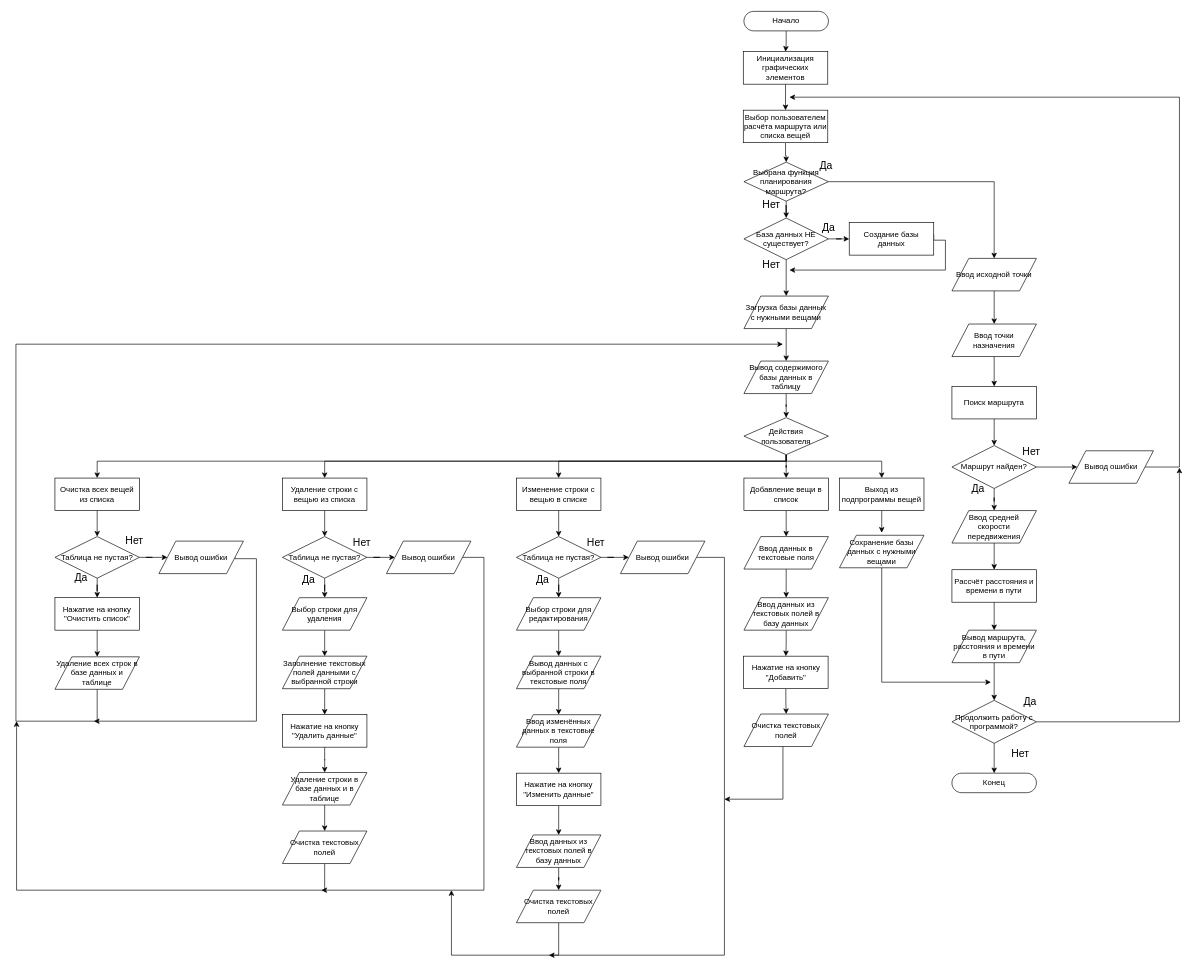
Earlier version of the draw.io diagram diagrams/TravelPlanningAppSusloparov.drawio (suslegger/PracticeTravelPlanningApp). Source tidied: cells renumbered, new cells numbered last; positions are measured from the earlier drawing's top-left corner, leaving out a move shared by most shapes. Both pictures are drawn from the tidied source at 65%, with x=0, y=0 at pixel (16, 11).
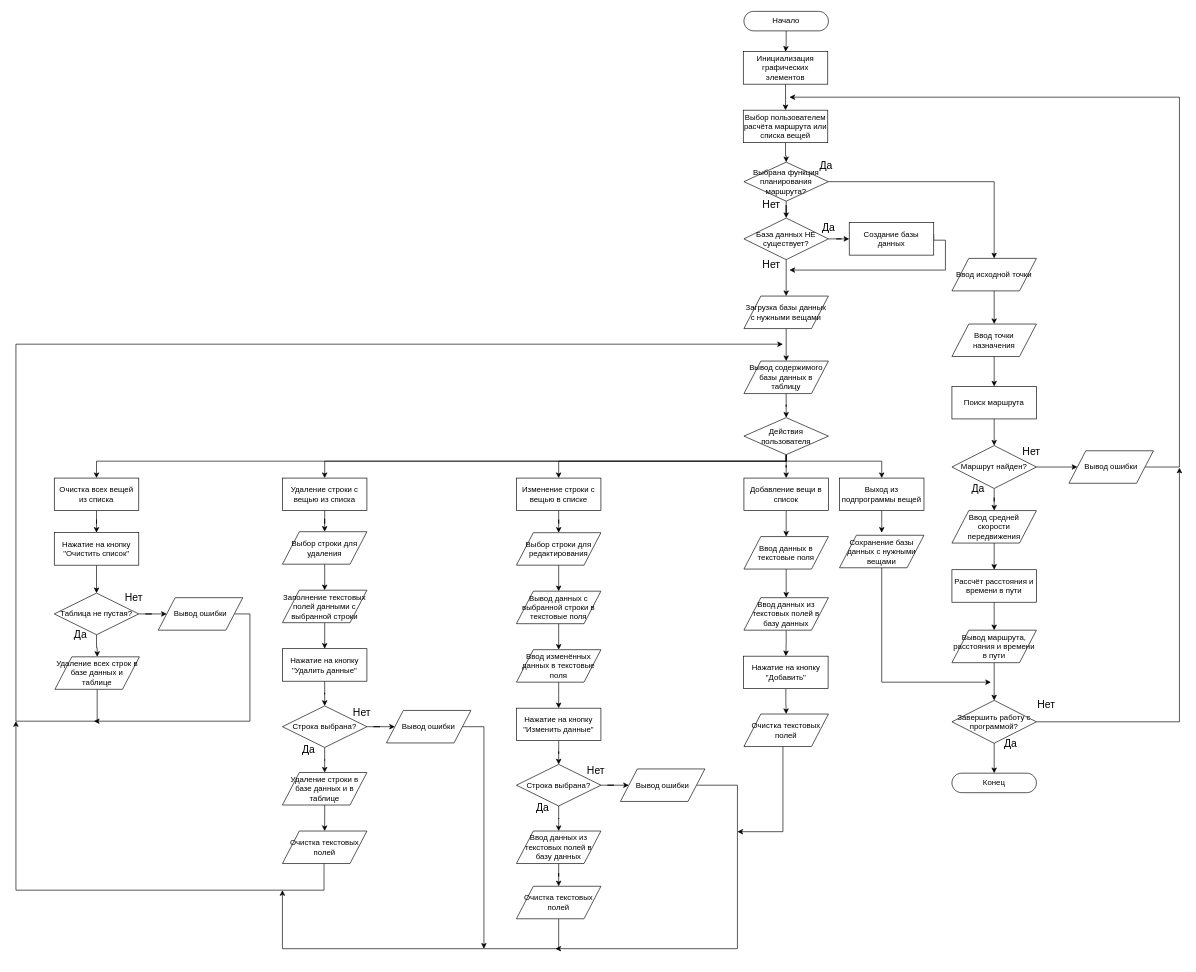
After the change.

The change refers to these unchanged cells:
```xml
<mxCell id="32" value="Действия пользователя" style="shape=rhombus;html=1;dashed=0;whiteSpace=wrap;perimeter=rhombusPerimeter;" parent="1" vertex="1">
  <mxGeometry x="1120" y="625" width="130" height="57" as="geometry" />
</mxCell>
<mxCell id="36" value="Изменение строки с вещью в списке" style="html=1;dashed=0;whiteSpace=wrap;" parent="1" vertex="1">
  <mxGeometry x="770" y="718" width="130" height="50" as="geometry" />
</mxCell>
<mxCell id="62" value="Удаление строки с вещью из списка" style="html=1;dashed=0;whiteSpace=wrap;" parent="1" vertex="1">
  <mxGeometry x="410" y="718" width="130" height="50" as="geometry" />
</mxCell>
<mxCell id="73" value="Удаление строки в базе данных и в таблице" style="shape=parallelogram;perimeter=parallelogramPerimeter;whiteSpace=wrap;html=1;dashed=0;" parent="1" vertex="1">
  <mxGeometry x="410" y="1171" width="130" height="50" as="geometry" />
</mxCell>
<mxCell id="75" value="Очистка текстовых полей" style="shape=parallelogram;perimeter=parallelogramPerimeter;whiteSpace=wrap;html=1;dashed=0;" parent="1" vertex="1">
  <mxGeometry x="410" y="1261" width="130" height="50" as="geometry" />
</mxCell>
<mxCell id="84" value="Удаление всех строк в базе данных и таблице" style="shape=parallelogram;perimeter=parallelogramPerimeter;whiteSpace=wrap;html=1;dashed=0;" parent="1" vertex="1">
  <mxGeometry x="60" y="993" width="130" height="50" as="geometry" />
</mxCell>
<mxCell id="96" value="Очистка текстовых полей" style="shape=parallelogram;perimeter=parallelogramPerimeter;whiteSpace=wrap;html=1;dashed=0;" parent="1" vertex="1">
  <mxGeometry x="1120" y="1081" width="130" height="50" as="geometry" />
</mxCell>
```

The edit, as a diff of the source:
```diff
@@
-    <mxCell id="15" value="Продолжить работу с программой?" style="shape=rhombus;html=1;dashed=0;whiteSpace=wrap;perimeter=rhombusPerimeter;" parent="1" vertex="1">
+    <mxCell id="15" value="Завершить работу с программой?" style="shape=rhombus;html=1;dashed=0;whiteSpace=wrap;perimeter=rhombusPerimeter;" parent="1" vertex="1">
       <mxGeometry x="1440" y="1060" width="130" height="66" as="geometry" />
     </mxCell>
@@
     <mxCell id="31" style="edgeStyle=orthogonalEdgeStyle;rounded=0;jettySize=auto;html=1;entryX=0.5;entryY=0;entryDx=0;entryDy=0;" parent="1" edge="1" source="32" target="77">
       <mxGeometry relative="1" as="geometry">
         <Array as="points">
           <mxPoint x="1185" y="692" />
-          <mxPoint x="125" y="692" />
+          <mxPoint x="124" y="692" />
         </Array>
       </mxGeometry>
     </mxCell>
@@
-    <mxCell id="35" style="edgeStyle=orthogonalEdgeStyle;rounded=0;jettySize=auto;html=1;" parent="1" edge="1" source="36" target="50">
-      <mxGeometry relative="1" as="geometry" />
-    </mxCell>
+    <mxCell id="122" style="edgeStyle=orthogonalEdgeStyle;rounded=0;jettySize=auto;html=1;" parent="1" edge="1" source="36" target="54">
+      <mxGeometry relative="1" as="geometry" />
+    </mxCell>
@@
-    <mxCell id="48" style="edgeStyle=orthogonalEdgeStyle;rounded=0;jettySize=auto;html=1;" parent="1" edge="1" source="50" target="54">
-      <mxGeometry relative="1" as="geometry" />
-    </mxCell>
@@
+    <mxCell id="123" style="edgeStyle=orthogonalEdgeStyle;rounded=0;jettySize=auto;html=1;" parent="1" edge="1" source="50" target="60">
+      <mxGeometry relative="1" as="geometry" />
+    </mxCell>
-    <mxCell id="50" value="Таблица не пустая?" style="shape=rhombus;html=1;dashed=0;whiteSpace=wrap;perimeter=rhombusPerimeter;" parent="1" vertex="1">
-      <mxGeometry x="770" y="808" width="130" height="64" as="geometry" />
+    <mxCell id="50" value="Строка выбрана?" style="shape=rhombus;html=1;dashed=0;whiteSpace=wrap;perimeter=rhombusPerimeter;" parent="1" vertex="1">
+      <mxGeometry x="770" y="1158.5" width="130" height="64" as="geometry" />
     </mxCell>
-    <mxCell id="51" style="edgeStyle=orthogonalEdgeStyle;rounded=0;jettySize=auto;html=1;exitX=1;exitY=0.5;exitDx=0;exitDy=0;" parent="1" edge="1" source="52">
-      <mxGeometry relative="1" as="geometry">
-        <mxPoint x="820" y="1452" as="targetPoint" />
-        <Array as="points">
-          <mxPoint x="1090" y="840" />
-          <mxPoint x="1090" y="1452" />
-        </Array>
-      </mxGeometry>
-    </mxCell>
+    <mxCell id="124" style="edgeStyle=orthogonalEdgeStyle;rounded=0;jettySize=auto;html=1;exitX=1;exitY=0.5;exitDx=0;exitDy=0;" parent="1" edge="1" source="52">
+      <mxGeometry relative="1" as="geometry">
+        <mxPoint x="830" y="1442" as="targetPoint" />
+        <Array as="points">
+          <mxPoint x="1110" y="1191" />
+          <mxPoint x="1110" y="1442" />
+        </Array>
+      </mxGeometry>
+    </mxCell>
     <mxCell id="52" value="Вывод ошибки" style="shape=parallelogram;perimeter=parallelogramPerimeter;whiteSpace=wrap;html=1;dashed=0;" parent="1" vertex="1">
-      <mxGeometry x="930" y="815" width="130" height="50" as="geometry" />
+      <mxGeometry x="930" y="1165.5" width="130" height="50" as="geometry" />
     </mxCell>
@@
     <mxCell id="54" value="Выбор строки для редактирования" style="shape=parallelogram;perimeter=parallelogramPerimeter;whiteSpace=wrap;html=1;dashed=0;" parent="1" vertex="1">
-      <mxGeometry x="770" y="902" width="130" height="50" as="geometry" />
+      <mxGeometry x="770" y="802" width="130" height="50" as="geometry" />
     </mxCell>
@@
     <mxCell id="56" value="Вывод данных с выбранной строки в текстовые поля" style="shape=parallelogram;perimeter=parallelogramPerimeter;whiteSpace=wrap;html=1;dashed=0;" parent="1" vertex="1">
-      <mxGeometry x="770" y="992" width="130" height="50" as="geometry" />
+      <mxGeometry x="770" y="892" width="130" height="50" as="geometry" />
     </mxCell>
     <mxCell id="57" style="edgeStyle=orthogonalEdgeStyle;rounded=0;jettySize=auto;html=1;" parent="1" edge="1" source="58">
       <mxGeometry relative="1" as="geometry">
-        <mxPoint x="835" y="1172" as="targetPoint" />
+        <mxPoint x="835" y="1072" as="targetPoint" />
       </mxGeometry>
     </mxCell>
     <mxCell id="58" value="Ввод изменённых данных в текстовые поля" style="shape=parallelogram;perimeter=parallelogramPerimeter;whiteSpace=wrap;html=1;dashed=0;" parent="1" vertex="1">
-      <mxGeometry x="770" y="1082" width="130" height="50" as="geometry" />
+      <mxGeometry x="770" y="982" width="130" height="50" as="geometry" />
     </mxCell>
@@
     <mxCell id="60" value="Ввод данных из текстовых полей в базу данных" style="shape=parallelogram;perimeter=parallelogramPerimeter;whiteSpace=wrap;html=1;dashed=0;" parent="1" vertex="1">
-      <mxGeometry x="770" y="1267" width="130" height="50" as="geometry" />
+      <mxGeometry x="770" y="1261" width="130" height="50" as="geometry" />
     </mxCell>
-    <mxCell id="61" style="edgeStyle=orthogonalEdgeStyle;rounded=0;jettySize=auto;html=1;" parent="1" edge="1" source="62" target="65">
-      <mxGeometry relative="1" as="geometry" />
-    </mxCell>
+    <mxCell id="125" style="edgeStyle=orthogonalEdgeStyle;rounded=0;jettySize=auto;html=1;" parent="1" edge="1" source="62" target="69">
+      <mxGeometry relative="1" as="geometry" />
+    </mxCell>
@@
-    <mxCell id="63" style="edgeStyle=orthogonalEdgeStyle;rounded=0;jettySize=auto;html=1;" parent="1" edge="1" source="65" target="69">
-      <mxGeometry relative="1" as="geometry" />
-    </mxCell>
@@
+    <mxCell id="126" style="edgeStyle=orthogonalEdgeStyle;rounded=0;jettySize=auto;html=1;" parent="1" edge="1" source="65" target="73">
+      <mxGeometry relative="1" as="geometry" />
+    </mxCell>
-    <mxCell id="65" value="Таблица не пустая?" style="shape=rhombus;html=1;dashed=0;whiteSpace=wrap;perimeter=rhombusPerimeter;" parent="1" vertex="1">
-      <mxGeometry x="410" y="808" width="130" height="64" as="geometry" />
+    <mxCell id="65" value="Строка выбрана?" style="shape=rhombus;html=1;dashed=0;whiteSpace=wrap;perimeter=rhombusPerimeter;" parent="1" vertex="1">
+      <mxGeometry x="410" y="1068.5" width="130" height="64" as="geometry" />
     </mxCell>
-    <mxCell id="66" style="edgeStyle=orthogonalEdgeStyle;rounded=0;jettySize=auto;html=1;exitX=1;exitY=0.5;exitDx=0;exitDy=0;" parent="1" edge="1" source="67">
-      <mxGeometry relative="1" as="geometry">
-        <mxPoint x="470" y="1352" as="targetPoint" />
-        <Array as="points">
-          <mxPoint x="720" y="840" />
-          <mxPoint x="720" y="1352" />
-        </Array>
-      </mxGeometry>
-    </mxCell>
+    <mxCell id="127" style="edgeStyle=orthogonalEdgeStyle;rounded=0;jettySize=auto;html=1;exitX=1;exitY=0.5;exitDx=0;exitDy=0;" parent="1" edge="1" source="67">
+      <mxGeometry relative="1" as="geometry">
+        <mxPoint x="720" y="1442" as="targetPoint" />
+        <Array as="points">
+          <mxPoint x="720" y="1101" />
+        </Array>
+      </mxGeometry>
+    </mxCell>
     <mxCell id="67" value="Вывод ошибки" style="shape=parallelogram;perimeter=parallelogramPerimeter;whiteSpace=wrap;html=1;dashed=0;" parent="1" vertex="1">
-      <mxGeometry x="570" y="815" width="130" height="50" as="geometry" />
+      <mxGeometry x="570" y="1075.5" width="130" height="50" as="geometry" />
     </mxCell>
@@
     <mxCell id="69" value="Выбор строки для удаления" style="shape=parallelogram;perimeter=parallelogramPerimeter;whiteSpace=wrap;html=1;dashed=0;" parent="1" vertex="1">
-      <mxGeometry x="410" y="902" width="130" height="50" as="geometry" />
+      <mxGeometry x="410" y="800.5" width="130" height="50" as="geometry" />
     </mxCell>
@@
     <mxCell id="71" value="Заполнение текстовых полей данными с выбранной строки" style="shape=parallelogram;perimeter=parallelogramPerimeter;whiteSpace=wrap;html=1;dashed=0;" parent="1" vertex="1">
-      <mxGeometry x="410" y="992" width="130" height="50" as="geometry" />
+      <mxGeometry x="410" y="890.5" width="130" height="50" as="geometry" />
     </mxCell>
@@
-    <mxCell id="74" style="edgeStyle=orthogonalEdgeStyle;rounded=0;jettySize=auto;html=1;" parent="1" edge="1" source="75">
-      <mxGeometry relative="1" as="geometry">
-        <mxPoint x="1" y="1092" as="targetPoint" />
-        <Array as="points">
-          <mxPoint x="475" y="1352" />
-          <mxPoint x="1" y="1352" />
-          <mxPoint x="1" y="1102" />
-        </Array>
-      </mxGeometry>
-    </mxCell>
+    <mxCell id="128" style="edgeStyle=orthogonalEdgeStyle;rounded=0;orthogonalLoop=1;jettySize=auto;html=1;" parent="1" edge="1">
+      <mxGeometry relative="1" as="geometry">
+        <mxPoint x="474" y="1311" as="sourcePoint" />
+        <mxPoint y="1092" as="targetPoint" />
+        <Array as="points">
+          <mxPoint x="474" y="1352" />
+          <mxPoint y="1352" />
+        </Array>
+      </mxGeometry>
+    </mxCell>
@@
-    <mxCell id="76" style="edgeStyle=orthogonalEdgeStyle;rounded=0;jettySize=auto;html=1;" parent="1" edge="1" source="77" target="80">
-      <mxGeometry relative="1" as="geometry" />
-    </mxCell>
+    <mxCell id="129" style="edgeStyle=orthogonalEdgeStyle;rounded=0;jettySize=auto;html=1;" parent="1" edge="1" source="77" target="94">
+      <mxGeometry relative="1" as="geometry" />
+    </mxCell>
     <mxCell id="77" value="Очистка всех вещей из списка" style="html=1;dashed=0;whiteSpace=wrap;" parent="1" vertex="1">
-      <mxGeometry x="60" y="718" width="130" height="50" as="geometry" />
+      <mxGeometry x="59" y="718" width="130" height="50" as="geometry" />
     </mxCell>
@@
-    <mxCell id="79" style="edgeStyle=orthogonalEdgeStyle;rounded=0;jettySize=auto;html=1;" parent="1" edge="1" source="80" target="94">
-      <mxGeometry relative="1" as="geometry" />
-    </mxCell>
+    <mxCell id="130" style="edgeStyle=orthogonalEdgeStyle;rounded=0;jettySize=auto;html=1;" parent="1" edge="1" source="80" target="84">
+      <mxGeometry relative="1" as="geometry" />
+    </mxCell>
     <mxCell id="80" value="Таблица не пустая?" style="shape=rhombus;html=1;dashed=0;whiteSpace=wrap;perimeter=rhombusPerimeter;" parent="1" vertex="1">
-      <mxGeometry x="60" y="808" width="130" height="64" as="geometry" />
+      <mxGeometry x="59" y="895" width="130" height="64" as="geometry" />
     </mxCell>
-    <mxCell id="81" style="edgeStyle=orthogonalEdgeStyle;rounded=0;jettySize=auto;html=1;exitX=1;exitY=0.5;exitDx=0;exitDy=0;" parent="1" edge="1" source="82">
-      <mxGeometry relative="1" as="geometry">
-        <mxPoint x="120" y="1092" as="targetPoint" />
-        <Array as="points">
-          <mxPoint x="337" y="842" />
-          <mxPoint x="370" y="842" />
-          <mxPoint x="370" y="1092" />
-        </Array>
-      </mxGeometry>
-    </mxCell>
+    <mxCell id="131" style="edgeStyle=orthogonalEdgeStyle;rounded=0;jettySize=auto;html=1;" parent="1" edge="1" source="82">
+      <mxGeometry relative="1" as="geometry">
+        <mxPoint x="120" y="1092" as="targetPoint" />
+        <Array as="points">
+          <mxPoint x="360" y="927" />
+          <mxPoint x="360" y="1092" />
+        </Array>
+      </mxGeometry>
+    </mxCell>
     <mxCell id="82" value="Вывод ошибки" style="shape=parallelogram;perimeter=parallelogramPerimeter;whiteSpace=wrap;html=1;dashed=0;" parent="1" vertex="1">
-      <mxGeometry x="220" y="815" width="130" height="50" as="geometry" />
+      <mxGeometry x="219" y="902" width="130" height="50" as="geometry" />
     </mxCell>
@@
-    <mxCell id="85" style="edgeStyle=orthogonalEdgeStyle;rounded=0;jettySize=auto;html=1;" parent="1" edge="1" source="86" target="60">
-      <mxGeometry relative="1" as="geometry" />
-    </mxCell>
+    <mxCell id="132" style="edgeStyle=orthogonalEdgeStyle;rounded=0;jettySize=auto;html=1;entryX=0.5;entryY=0;entryDx=0;entryDy=0;" parent="1" edge="1" source="86" target="50">
+      <mxGeometry relative="1" as="geometry" />
+    </mxCell>
     <mxCell id="86" value="Нажатие на кнопку &quot;Изменить данные&quot;" style="html=1;dashed=0;whiteSpace=wrap;" parent="1" vertex="1">
-      <mxGeometry x="770" y="1172" width="130" height="50" as="geometry" />
+      <mxGeometry x="770" y="1072" width="130" height="50" as="geometry" />
     </mxCell>
@@
-    <mxCell id="89" style="edgeStyle=orthogonalEdgeStyle;rounded=0;jettySize=auto;html=1;" parent="1" edge="1" source="90" target="73">
-      <mxGeometry relative="1" as="geometry" />
-    </mxCell>
+    <mxCell id="133" style="edgeStyle=orthogonalEdgeStyle;rounded=0;jettySize=auto;html=1;entryX=0.5;entryY=0;entryDx=0;entryDy=0;" parent="1" edge="1" source="90" target="65">
+      <mxGeometry relative="1" as="geometry" />
+    </mxCell>
     <mxCell id="90" value="Нажатие на кнопку &quot;Удалить данные&quot;" style="html=1;dashed=0;whiteSpace=wrap;" parent="1" vertex="1">
-      <mxGeometry x="410" y="1082" width="130" height="50" as="geometry" />
+      <mxGeometry x="410" y="980.5" width="130" height="50" as="geometry" />
     </mxCell>
-    <mxCell id="91" style="edgeStyle=orthogonalEdgeStyle;rounded=0;jettySize=auto;html=1;" parent="1" edge="1" source="92">
-      <mxGeometry relative="1" as="geometry">
-        <mxPoint x="670" y="1352" as="targetPoint" />
-        <Array as="points">
-          <mxPoint x="835" y="1452" />
-          <mxPoint x="670" y="1452" />
-        </Array>
-      </mxGeometry>
-    </mxCell>
+    <mxCell id="134" style="edgeStyle=orthogonalEdgeStyle;rounded=0;jettySize=auto;html=1;" parent="1" edge="1" source="92">
+      <mxGeometry relative="1" as="geometry">
+        <mxPoint x="410" y="1352" as="targetPoint" />
+        <Array as="points">
+          <mxPoint x="835" y="1442" />
+          <mxPoint x="410" y="1442" />
+        </Array>
+      </mxGeometry>
+    </mxCell>
     <mxCell id="92" value="Очистка текстовых полей" style="shape=parallelogram;perimeter=parallelogramPerimeter;whiteSpace=wrap;html=1;dashed=0;" parent="1" vertex="1">
-      <mxGeometry x="770" y="1352" width="130" height="50" as="geometry" />
+      <mxGeometry x="770" y="1346" width="130" height="50" as="geometry" />
     </mxCell>
-    <mxCell id="93" style="edgeStyle=orthogonalEdgeStyle;rounded=0;jettySize=auto;html=1;" parent="1" edge="1" source="94" target="84">
-      <mxGeometry relative="1" as="geometry" />
-    </mxCell>
-    <mxCell id="94" value="Нажатие на кнопку &quot;Очистить список&quot;" style="html=1;dashed=0;whiteSpace=wrap;" parent="1" vertex="1">
-      <mxGeometry x="60" y="902" width="130" height="50" as="geometry" />
-    </mxCell>
     <mxCell id="95" style="edgeStyle=orthogonalEdgeStyle;rounded=0;jettySize=auto;html=1;" parent="1" edge="1" source="96">
       <mxGeometry relative="1" as="geometry">
-        <mxPoint x="1090" y="1212" as="targetPoint" />
+        <mxPoint x="1110" y="1262" as="targetPoint" />
         <Array as="points">
-          <mxPoint x="1180" y="1212" />
+          <mxPoint x="1180" y="1262" />
         </Array>
       </mxGeometry>
     </mxCell>
@@
     <mxCell id="99" value="&lt;font style=&quot;font-size: 16px;&quot;&gt;Да&lt;/font&gt;" style="text;html=1;align=center;verticalAlign=middle;strokeColor=none;fillColor=none;" parent="1" vertex="1">
-      <mxGeometry x="790" y="859" width="40" height="30" as="geometry" />
+      <mxGeometry x="790" y="1209.5" width="40" height="30" as="geometry" />
     </mxCell>
     <mxCell id="100" value="&lt;font style=&quot;font-size: 16px;&quot;&gt;Нет&lt;/font&gt;" style="text;html=1;align=center;verticalAlign=middle;strokeColor=none;fillColor=none;" parent="1" vertex="1">
-      <mxGeometry x="867" y="802" width="50" height="30" as="geometry" />
+      <mxGeometry x="867" y="1152.5" width="50" height="30" as="geometry" />
     </mxCell>
     <mxCell id="101" value="&lt;font style=&quot;font-size: 16px;&quot;&gt;Да&lt;/font&gt;" style="text;html=1;align=center;verticalAlign=middle;strokeColor=none;fillColor=none;" parent="1" vertex="1">
-      <mxGeometry x="430" y="859" width="40" height="30" as="geometry" />
+      <mxGeometry x="430" y="1119.5" width="40" height="30" as="geometry" />
     </mxCell>
     <mxCell id="102" value="&lt;font style=&quot;font-size: 16px;&quot;&gt;Нет&lt;/font&gt;" style="text;html=1;align=center;verticalAlign=middle;strokeColor=none;fillColor=none;" parent="1" vertex="1">
-      <mxGeometry x="507" y="802" width="50" height="30" as="geometry" />
+      <mxGeometry x="507" y="1062.5" width="50" height="30" as="geometry" />
     </mxCell>
     <mxCell id="103" value="&lt;font style=&quot;font-size: 16px;&quot;&gt;Да&lt;/font&gt;" style="text;html=1;align=center;verticalAlign=middle;strokeColor=none;fillColor=none;" parent="1" vertex="1">
-      <mxGeometry x="80" y="856" width="40" height="30" as="geometry" />
+      <mxGeometry x="79" y="943" width="40" height="30" as="geometry" />
     </mxCell>
     <mxCell id="104" value="&lt;font style=&quot;font-size: 16px;&quot;&gt;Нет&lt;/font&gt;" style="text;html=1;align=center;verticalAlign=middle;strokeColor=none;fillColor=none;" parent="1" vertex="1">
-      <mxGeometry x="157" y="799" width="50" height="30" as="geometry" />
+      <mxGeometry x="156" y="886" width="50" height="30" as="geometry" />
     </mxCell>
     <mxCell id="105" value="&lt;font style=&quot;font-size: 16px;&quot;&gt;Да&lt;/font&gt;" style="text;html=1;align=center;verticalAlign=middle;strokeColor=none;fillColor=none;" parent="1" vertex="1">
-      <mxGeometry x="1540" y="1046" width="40" height="30" as="geometry" />
+      <mxGeometry x="1510" y="1112" width="40" height="30" as="geometry" />
     </mxCell>
@@
     <mxCell id="119" value="&lt;font style=&quot;font-size: 16px;&quot;&gt;Нет&lt;/font&gt;" style="text;html=1;align=center;verticalAlign=middle;strokeColor=none;fillColor=none;" parent="1" vertex="1">
-      <mxGeometry x="1520" y="1126" width="50" height="30" as="geometry" />
+      <mxGeometry x="1560" y="1051" width="50" height="30" as="geometry" />
     </mxCell>
@@
+    <mxCell id="135" style="edgeStyle=orthogonalEdgeStyle;rounded=0;jettySize=auto;html=1;entryX=0.5;entryY=0;entryDx=0;entryDy=0;" parent="1" edge="1" source="94" target="80">
+      <mxGeometry relative="1" as="geometry" />
+    </mxCell>
+    <mxCell id="94" value="Нажатие на кнопку &quot;Очистить список&quot;" style="html=1;dashed=0;whiteSpace=wrap;" parent="1" vertex="1">
+      <mxGeometry x="59" y="802" width="130" height="50" as="geometry" />
+    </mxCell>
```
